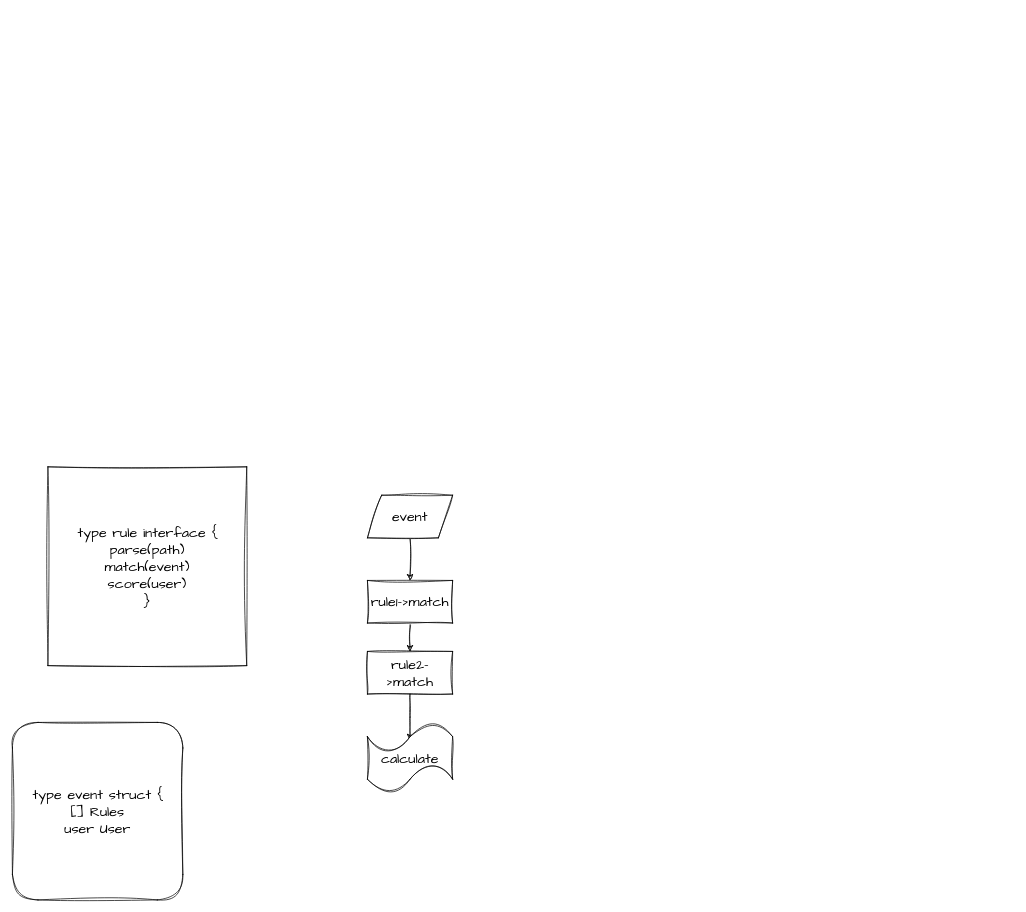
The draw.io diagram xihe-score.drawio in pkking/mydrawio, before the edit. Source tidied: cells renumbered, new cells numbered last; positions are measured from the earlier drawing's top-left corner, leaving out a move shared by most shapes. Both pictures are drawn from the tidied source at 71%, with x=0, y=0 at pixel (12, 466).
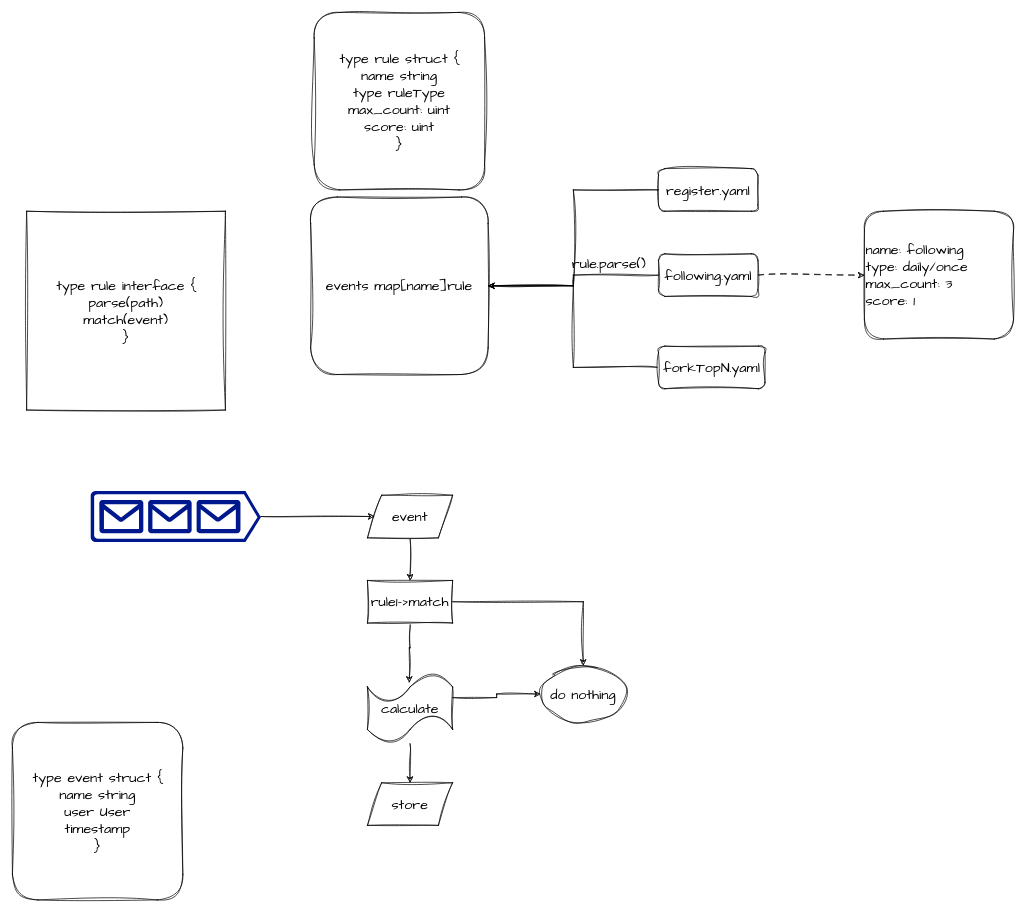
After the change.

Unchanged cells that the change refers to:
```xml
<mxCell id="3" value="rule1-&amp;gt;match" style="rounded=0;whiteSpace=wrap;html=1;sketch=1;hachureGap=4;jiggle=2;curveFitting=1;fontFamily=Architects Daughter;fontSize=20;" parent="1" vertex="1">
  <mxGeometry x="500" y="160" width="120" height="60" as="geometry" />
</mxCell>
<mxCell id="7" value="event" style="shape=parallelogram;perimeter=parallelogramPerimeter;whiteSpace=wrap;html=1;fixedSize=1;sketch=1;hachureGap=4;jiggle=2;curveFitting=1;fontFamily=Architects Daughter;fontSize=20;" parent="1" vertex="1">
  <mxGeometry x="500" y="40" width="120" height="60" as="geometry" />
</mxCell>
```

What changed in the source:
```diff
@@
-    <mxCell id="2" style="edgeStyle=orthogonalEdgeStyle;rounded=0;sketch=1;hachureGap=4;jiggle=2;curveFitting=1;jettySize=auto;html=1;fontFamily=Architects Daughter;fontSize=16;" parent="1" edge="1" source="3" target="5">
+    <mxCell id="2" style="edgeStyle=orthogonalEdgeStyle;rounded=0;sketch=1;hachureGap=4;jiggle=2;curveFitting=1;jettySize=auto;html=1;fontFamily=Architects Daughter;fontSize=16;entryX=0.492;entryY=0.14;entryDx=0;entryDy=0;entryPerimeter=0;" parent="1" edge="1" source="3" target="9">
       <mxGeometry relative="1" as="geometry" />
     </mxCell>
+    <mxCell id="11" style="edgeStyle=orthogonalEdgeStyle;rounded=0;sketch=1;hachureGap=4;jiggle=2;curveFitting=1;jettySize=auto;html=1;fontFamily=Architects Daughter;fontSize=16;" parent="1" edge="1" source="3" target="14">
+      <mxGeometry relative="1" as="geometry" />
+    </mxCell>
@@
-    <mxCell id="4" style="edgeStyle=orthogonalEdgeStyle;rounded=0;sketch=1;hachureGap=4;jiggle=2;curveFitting=1;jettySize=auto;html=1;entryX=0.5;entryY=0;entryDx=0;entryDy=0;fontFamily=Architects Daughter;fontSize=16;" parent="1" edge="1" source="5">
-      <mxGeometry relative="1" as="geometry">
-        <mxPoint x="560" y="385" as="targetPoint" />
-      </mxGeometry>
-    </mxCell>
-    <mxCell id="5" value="rule2-&amp;gt;match" style="rounded=0;whiteSpace=wrap;html=1;sketch=1;hachureGap=4;jiggle=2;curveFitting=1;fontFamily=Architects Daughter;fontSize=20;" parent="1" vertex="1">
-      <mxGeometry x="500" y="260" width="120" height="60" as="geometry" />
-    </mxCell>
+    <mxCell id="12" style="edgeStyle=orthogonalEdgeStyle;rounded=0;sketch=1;hachureGap=4;jiggle=2;curveFitting=1;jettySize=auto;html=1;fontFamily=Architects Daughter;fontSize=16;exitX=1;exitY=0.35;exitDx=0;exitDy=0;exitPerimeter=0;" parent="1" edge="1" source="9" target="14">
+      <mxGeometry relative="1" as="geometry" />
+    </mxCell>
@@
-    <mxCell id="8" value="&lt;div&gt;type rule interface {&lt;/div&gt;&lt;div&gt;parse(path)&lt;br&gt;&lt;/div&gt;&lt;div&gt;match(event)&lt;/div&gt;&lt;div&gt;score(user)&lt;/div&gt;&lt;div&gt;}&lt;br&gt;&lt;/div&gt;" style="whiteSpace=wrap;html=1;sketch=1;hachureGap=4;jiggle=2;curveFitting=1;fontFamily=Architects Daughter;fontSize=20;" parent="1" vertex="1">
-      <mxGeometry x="50" width="280" height="280" as="geometry" />
+    <mxCell id="8" value="&lt;div&gt;type rule interface {&lt;/div&gt;&lt;div&gt;parse(path)&lt;br&gt;&lt;/div&gt;&lt;div&gt;match(event)&lt;/div&gt;&lt;div&gt;}&lt;br&gt;&lt;/div&gt;" style="whiteSpace=wrap;html=1;sketch=1;hachureGap=4;jiggle=2;curveFitting=1;fontFamily=Architects Daughter;fontSize=20;" parent="1" vertex="1">
+      <mxGeometry x="20" y="-360" width="280" height="280" as="geometry" />
     </mxCell>
+    <mxCell id="13" style="edgeStyle=orthogonalEdgeStyle;rounded=0;sketch=1;hachureGap=4;jiggle=2;curveFitting=1;jettySize=auto;html=1;entryX=0.5;entryY=0;entryDx=0;entryDy=0;fontFamily=Architects Daughter;fontSize=16;" parent="1" edge="1" source="9" target="15">
+      <mxGeometry relative="1" as="geometry" />
+    </mxCell>
     <mxCell id="9" value="calculate" style="shape=tape;whiteSpace=wrap;html=1;sketch=1;hachureGap=4;jiggle=2;curveFitting=1;fontFamily=Architects Daughter;fontSize=20;" parent="1" vertex="1">
-      <mxGeometry x="500" y="360" width="120" height="100" as="geometry" />
+      <mxGeometry x="500" y="290" width="120" height="100" as="geometry" />
     </mxCell>
-    <mxCell id="10" value="&lt;div&gt;type event struct {&lt;/div&gt;&lt;div&gt;[] Rules&lt;/div&gt;&lt;div&gt;user User&lt;br&gt;&lt;/div&gt;" style="rounded=1;whiteSpace=wrap;html=1;sketch=1;hachureGap=4;jiggle=2;curveFitting=1;fontFamily=Architects Daughter;fontSize=20;" parent="1" vertex="1">
+    <mxCell id="10" value="&lt;div&gt;type event struct {&lt;/div&gt;&lt;div&gt;name string&lt;br&gt;&lt;/div&gt;&lt;div&gt;user User&lt;/div&gt;&lt;div&gt;timestamp&lt;/div&gt;&lt;div&gt;}&lt;br&gt;&lt;/div&gt;" style="rounded=1;whiteSpace=wrap;html=1;sketch=1;hachureGap=4;jiggle=2;curveFitting=1;fontFamily=Architects Daughter;fontSize=20;" parent="1" vertex="1">
       <mxGeometry y="360" width="240" height="250" as="geometry" />
     </mxCell>
+    <mxCell id="14" value="do nothing" style="ellipse;whiteSpace=wrap;html=1;sketch=1;hachureGap=4;jiggle=2;curveFitting=1;fontFamily=Architects Daughter;fontSize=20;" parent="1" vertex="1">
+      <mxGeometry x="744" y="280" width="120" height="80" as="geometry" />
+    </mxCell>
+    <mxCell id="15" value="store" style="shape=parallelogram;perimeter=parallelogramPerimeter;whiteSpace=wrap;html=1;fixedSize=1;sketch=1;hachureGap=4;jiggle=2;curveFitting=1;fontFamily=Architects Daughter;fontSize=20;" parent="1" vertex="1">
+      <mxGeometry x="500" y="445" width="120" height="60" as="geometry" />
+    </mxCell>
+    <mxCell id="16" value="events map[name]rule" style="whiteSpace=wrap;html=1;sketch=1;hachureGap=4;jiggle=2;curveFitting=1;fontFamily=Architects Daughter;fontSize=20;rounded=1;" parent="1" vertex="1">
+      <mxGeometry x="420" y="-380" width="250" height="250" as="geometry" />
+    </mxCell>
+    <mxCell id="17" style="edgeStyle=orthogonalEdgeStyle;rounded=0;sketch=1;hachureGap=4;jiggle=2;curveFitting=1;jettySize=auto;html=1;fontFamily=Architects Daughter;fontSize=16;" parent="1" edge="1" source="18" target="16">
+      <mxGeometry relative="1" as="geometry" />
+    </mxCell>
+    <mxCell id="18" value="register.yaml" style="rounded=1;whiteSpace=wrap;html=1;sketch=1;hachureGap=4;jiggle=2;curveFitting=1;fontFamily=Architects Daughter;fontSize=20;" parent="1" vertex="1">
+      <mxGeometry x="910" y="-420" width="140" height="60" as="geometry" />
+    </mxCell>
+    <mxCell id="19" style="edgeStyle=orthogonalEdgeStyle;rounded=0;sketch=1;hachureGap=4;jiggle=2;curveFitting=1;jettySize=auto;html=1;fontFamily=Architects Daughter;fontSize=16;" parent="1" edge="1" source="21" target="16">
+      <mxGeometry relative="1" as="geometry" />
+    </mxCell>
+    <mxCell id="20" style="edgeStyle=orthogonalEdgeStyle;rounded=0;sketch=1;hachureGap=4;jiggle=2;curveFitting=1;jettySize=auto;html=1;fontFamily=Architects Daughter;fontSize=16;dashed=1;dashPattern=8 8;" parent="1" edge="1" source="21" target="23">
+      <mxGeometry relative="1" as="geometry" />
+    </mxCell>
+    <mxCell id="21" value="following.yaml" style="rounded=1;whiteSpace=wrap;html=1;sketch=1;hachureGap=4;jiggle=2;curveFitting=1;fontFamily=Architects Daughter;fontSize=20;" parent="1" vertex="1">
+      <mxGeometry x="910" y="-300" width="140" height="60" as="geometry" />
+    </mxCell>
+    <mxCell id="22" value="rule.parse()" style="text;html=1;align=center;verticalAlign=middle;strokeColor=none;fillColor=none;fontSize=20;fontFamily=Architects Daughter;" parent="1" vertex="1">
+      <mxGeometry x="775" y="-307" width="130" height="40" as="geometry" />
+    </mxCell>
+    <mxCell id="23" value="&lt;div align=&quot;left&quot;&gt;name: following&lt;/div&gt;&lt;div align=&quot;left&quot;&gt;type: daily/once&lt;br&gt;&lt;/div&gt;&lt;div align=&quot;left&quot;&gt;max_count: 3&lt;br&gt;&lt;/div&gt;&lt;div align=&quot;left&quot;&gt;score: 1&lt;br&gt;&lt;/div&gt;" style="rounded=1;whiteSpace=wrap;html=1;sketch=1;hachureGap=4;jiggle=2;curveFitting=1;fontFamily=Architects Daughter;fontSize=20;align=left;" parent="1" vertex="1">
+      <mxGeometry x="1200" y="-360" width="210" height="180" as="geometry" />
+    </mxCell>
+    <mxCell id="24" style="edgeStyle=orthogonalEdgeStyle;rounded=0;sketch=1;hachureGap=4;jiggle=2;curveFitting=1;jettySize=auto;html=1;entryX=1;entryY=0.5;entryDx=0;entryDy=0;fontFamily=Architects Daughter;fontSize=16;" parent="1" edge="1" source="25" target="16">
+      <mxGeometry relative="1" as="geometry" />
+    </mxCell>
+    <mxCell id="25" value="forkTopN.yaml" style="rounded=1;whiteSpace=wrap;html=1;sketch=1;hachureGap=4;jiggle=2;curveFitting=1;fontFamily=Architects Daughter;fontSize=20;" parent="1" vertex="1">
+      <mxGeometry x="910" y="-170" width="150" height="60" as="geometry" />
+    </mxCell>
+    <mxCell id="26" style="edgeStyle=orthogonalEdgeStyle;rounded=0;sketch=1;hachureGap=4;jiggle=2;curveFitting=1;jettySize=auto;html=1;entryX=0;entryY=0.5;entryDx=0;entryDy=0;fontFamily=Architects Daughter;fontSize=16;" parent="1" edge="1" source="27" target="7">
+      <mxGeometry relative="1" as="geometry" />
+    </mxCell>
+    <mxCell id="27" style="sketch=0;shadow=0;dashed=0;html=1;strokeColor=none;labelPosition=center;verticalLabelPosition=bottom;verticalAlign=top;align=center;fillColor=#00188D;shape=mxgraph.azure.queue_generic;hachureGap=4;jiggle=2;curveFitting=1;fontFamily=Architects Daughter;fontSize=20;" parent="1" vertex="1">
+      <mxGeometry x="110" y="34" width="240" height="72" as="geometry" />
+    </mxCell>
+    <mxCell id="28" value="&lt;div&gt;type rule struct {&lt;/div&gt;&lt;div&gt;name string&lt;/div&gt;&lt;div&gt;type ruleType&lt;/div&gt;&lt;div&gt;max_count: uint&lt;/div&gt;&lt;div&gt;score: uint&lt;br&gt;&lt;/div&gt;&lt;div&gt;}&lt;br&gt;&lt;/div&gt;" style="rounded=1;whiteSpace=wrap;html=1;sketch=1;hachureGap=4;jiggle=2;curveFitting=1;fontFamily=Architects Daughter;fontSize=20;" parent="1" vertex="1">
+      <mxGeometry x="425" y="-640" width="240" height="250" as="geometry" />
+    </mxCell>
```
